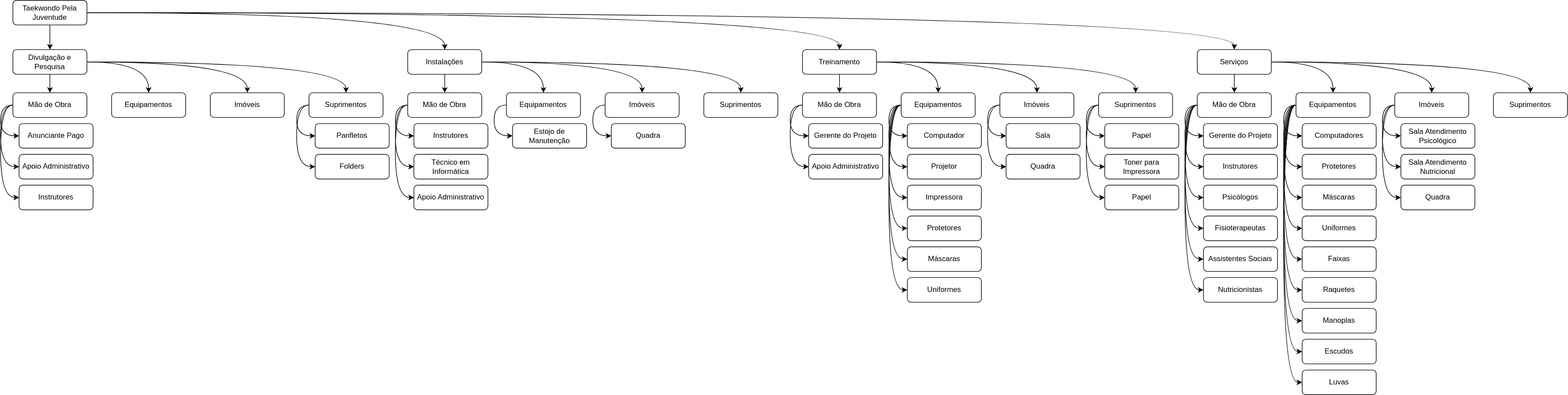
mdmundo/diagrams keeps this draw.io diagram as EAR.svg. Above is the earlier version. Source tidied: cells renumbered, new cells last; positions are measured from the earlier drawing's top-left corner, leaving out a move shared by most shapes.
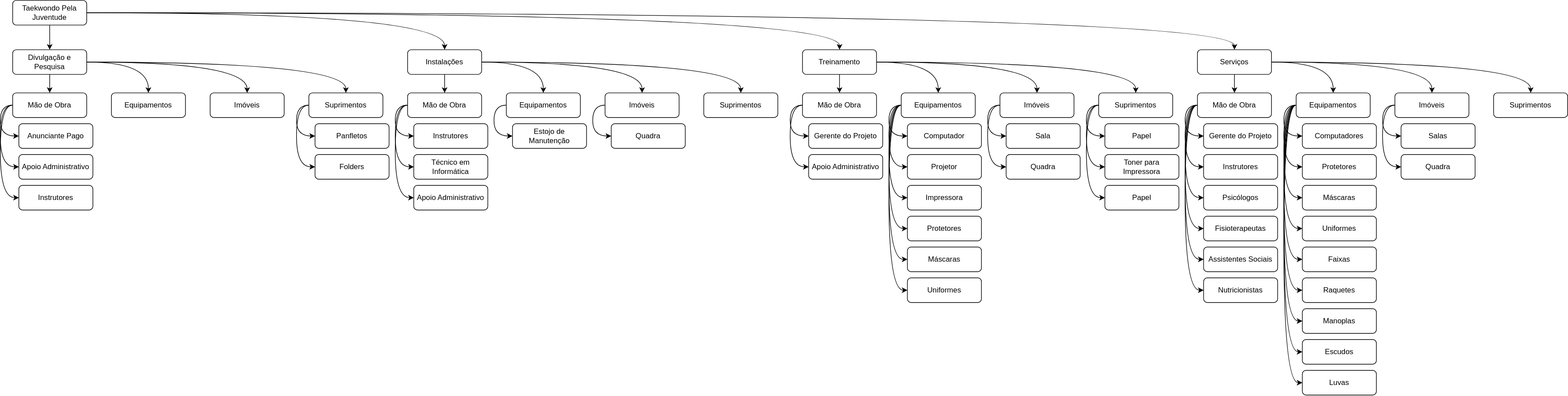
After the commit.

The edit, as a diff of the source:
```diff
@@ -236,9 +236,6 @@
     <mxCell id="79" style="edgeStyle=orthogonalEdgeStyle;curved=1;rounded=0;jettySize=auto;html=1;exitX=0;exitY=0.5;exitDx=0;exitDy=0;entryX=0;entryY=0.5;entryDx=0;entryDy=0;" parent="1" edge="1" source="82" target="122">
       <mxGeometry relative="1" as="geometry" />
     </mxCell>
-    <mxCell id="80" style="edgeStyle=orthogonalEdgeStyle;curved=1;rounded=0;jettySize=auto;html=1;exitX=0;exitY=0.5;exitDx=0;exitDy=0;entryX=0;entryY=0.5;entryDx=0;entryDy=0;" parent="1" edge="1" source="82" target="123">
-      <mxGeometry relative="1" as="geometry" />
-    </mxCell>
     <mxCell id="81" style="edgeStyle=orthogonalEdgeStyle;curved=1;rounded=0;jettySize=auto;html=1;exitX=0;exitY=0.5;exitDx=0;exitDy=0;entryX=0;entryY=0.5;entryDx=0;entryDy=0;" parent="1" edge="1" source="82" target="124">
       <mxGeometry relative="1" as="geometry" />
     </mxCell>
@@ -362,14 +359,11 @@
     <mxCell id="121" value="Luvas" style="whiteSpace=wrap;html=1;rounded=1;" parent="1" vertex="1">
       <mxGeometry x="2090" y="600" width="120" height="40" as="geometry" />
     </mxCell>
-    <mxCell id="122" value="Sala Atendimento Psicológico" style="whiteSpace=wrap;html=1;rounded=1;" parent="1" vertex="1">
+    <mxCell id="122" value="Salas" style="whiteSpace=wrap;html=1;rounded=1;" parent="1" vertex="1">
       <mxGeometry x="2250" y="200" width="120" height="40" as="geometry" />
     </mxCell>
-    <mxCell id="123" value="Sala Atendimento Nutricional" style="whiteSpace=wrap;html=1;rounded=1;" parent="1" vertex="1">
-      <mxGeometry x="2250" y="250" width="120" height="40" as="geometry" />
-    </mxCell>
     <mxCell id="124" value="Quadra" style="whiteSpace=wrap;html=1;rounded=1;" parent="1" vertex="1">
-      <mxGeometry x="2250" y="300" width="120" height="40" as="geometry" />
+      <mxGeometry x="2250" y="250" width="120" height="40" as="geometry" />
     </mxCell>
   </root>
 </mxGraphModel>
```
